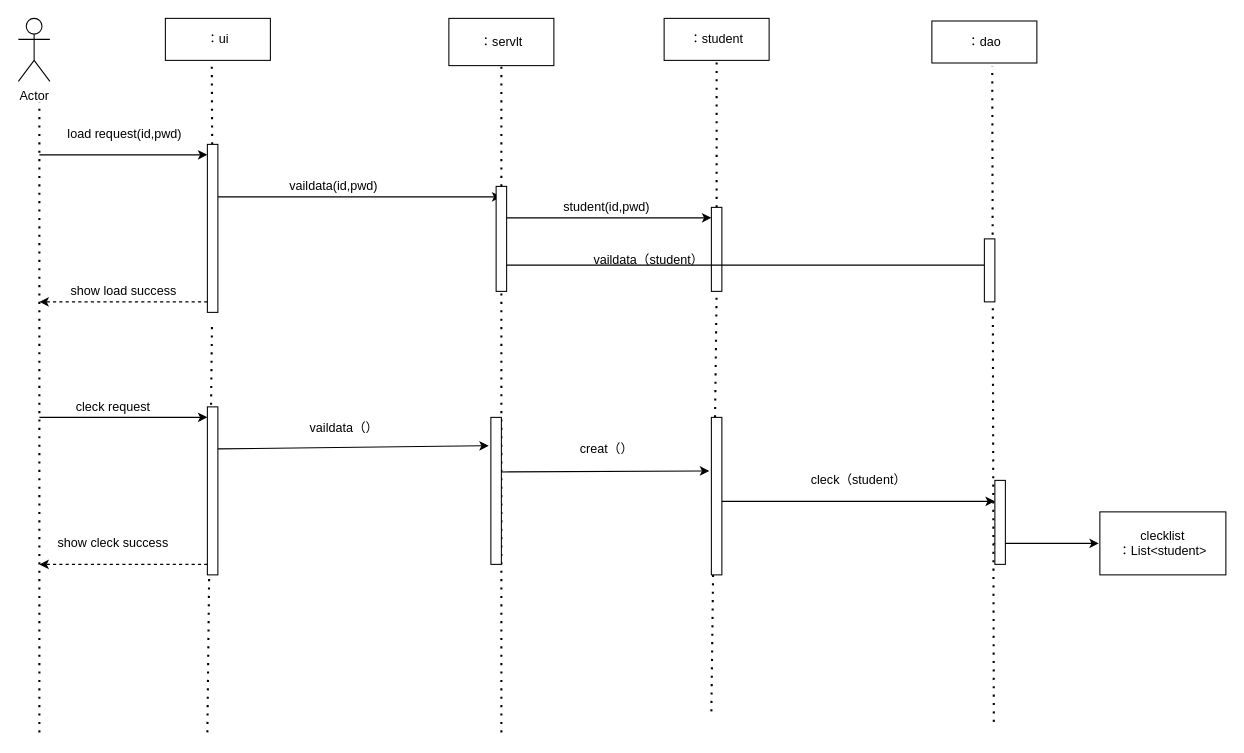
Above: 顺序图.drawio in a26680533/idcardgenerator (draw.io), before the change. Source tidied: cells renumbered, new cells numbered last; positions are measured from the earlier drawing's top-left corner, leaving out a move shared by most shapes. Both pictures are drawn from the tidied source at 105%, with x=0, y=0 at pixel (18, 18).
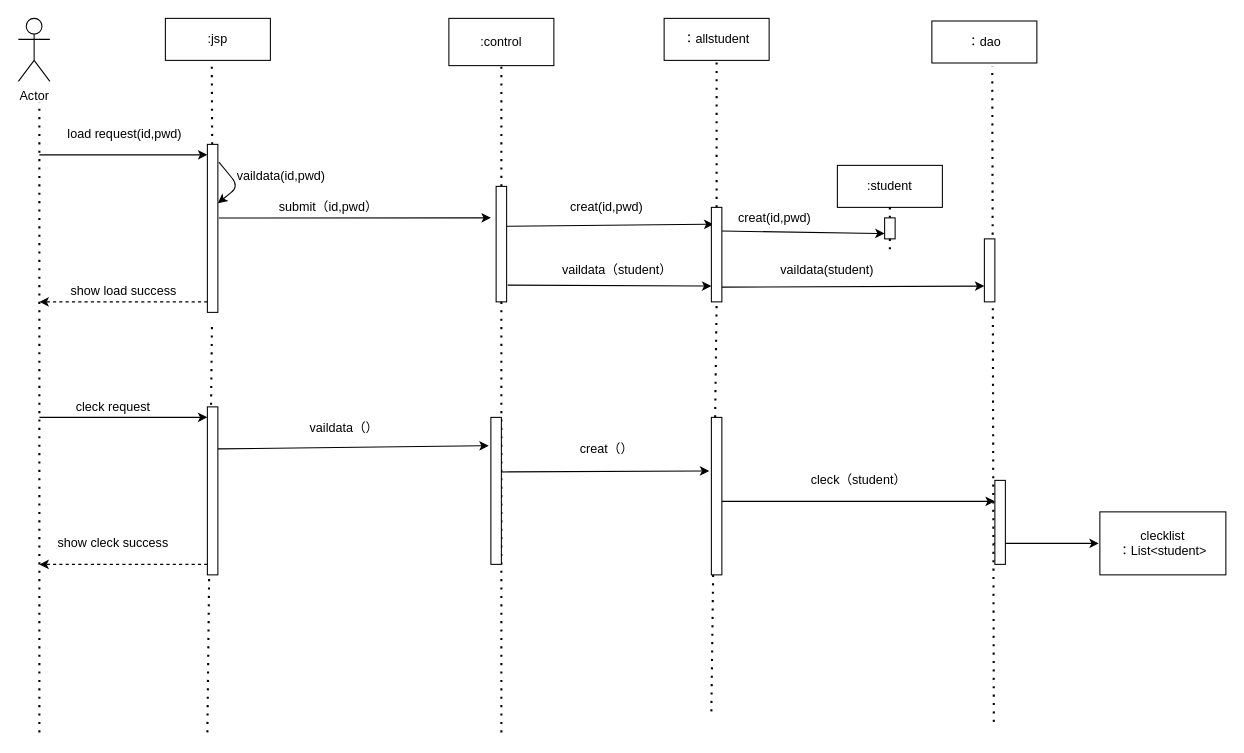
The same diagram, later.

Commit message:
更新顺序图.drawio

The change refers to these unchanged cells:
```xml
<mxCell id="26" style="rounded=0;whiteSpace=wrap;html=1;" parent="1" vertex="1">
  <mxGeometry x="180" y="120" width="10" height="160" as="geometry" />
</mxCell>
<mxCell id="38" style="rounded=0;whiteSpace=wrap;html=1;" parent="1" vertex="1">
  <mxGeometry x="920" y="210" width="10" height="60" as="geometry" />
</mxCell>
```

The edit, as a diff of the source:
```diff
@@
-    <mxCell id="3" value="：ui" style="rounded=0;whiteSpace=wrap;html=1;" parent="1" vertex="1">
+    <mxCell id="3" value=":jsp" style="rounded=0;whiteSpace=wrap;html=1;" parent="1" vertex="1">
       <mxGeometry x="140" width="100" height="40" as="geometry" />
     </mxCell>
-    <mxCell id="4" value="：servlt" style="rounded=0;whiteSpace=wrap;html=1;" parent="1" vertex="1">
+    <mxCell id="4" value=":control" style="rounded=0;whiteSpace=wrap;html=1;" parent="1" vertex="1">
       <mxGeometry x="410" width="100" height="45" as="geometry" />
     </mxCell>
-    <mxCell id="5" value="：student" style="rounded=0;whiteSpace=wrap;html=1;" parent="1" vertex="1">
+    <mxCell id="5" value="：allstudent" style="rounded=0;whiteSpace=wrap;html=1;" parent="1" vertex="1">
       <mxGeometry x="615" width="100" height="40" as="geometry" />
     </mxCell>
@@
-    <mxCell id="14" style="endArrow=classic;html=1;" parent="1" edge="1">
+    <mxCell id="14" style="endArrow=classic;html=1;entryX=1;entryY=0.35;entryDx=0;entryDy=0;entryPerimeter=0;exitX=1.1;exitY=0.106;exitDx=0;exitDy=0;exitPerimeter=0;" parent="1" edge="1" source="26" target="26">
       <mxGeometry relative="1" as="geometry">
-        <mxPoint x="180" y="170" as="sourcePoint" />
-        <mxPoint x="460" y="170" as="targetPoint" />
+        <Array as="points">
+          <mxPoint x="210" y="160" />
+        </Array>
       </mxGeometry>
     </mxCell>
-    <mxCell id="15" style="endArrow=classic;html=1;" parent="1" edge="1">
-      <mxGeometry relative="1" as="geometry">
-        <mxPoint x="460" y="190" as="sourcePoint" />
-        <mxPoint x="660" y="190" as="targetPoint" />
-      </mxGeometry>
+    <mxCell id="15" style="endArrow=classic;html=1;exitX=0.9;exitY=0.345;exitDx=0;exitDy=0;exitPerimeter=0;entryX=0.2;entryY=0.178;entryDx=0;entryDy=0;entryPerimeter=0;" parent="1" edge="1" source="28" target="30">
+      <mxGeometry relative="1" as="geometry" />
     </mxCell>
-    <mxCell id="16" value="student(id,pwd)" style="text;html=1;align=center;verticalAlign=middle;" parent="1" vertex="1">
-      <mxGeometry x="510" y="170" width="100" height="20" as="geometry" />
+    <mxCell id="16" value="creat(id,pwd)" style="text;html=1;align=center;verticalAlign=middle;" parent="1" vertex="1">
+      <mxGeometry x="520" y="170" width="80" height="20" as="geometry" />
     </mxCell>
@@
     <mxCell id="28" style="rounded=0;whiteSpace=wrap;html=1;" parent="1" vertex="1">
-      <mxGeometry x="455" y="160" width="10" height="100" as="geometry" />
+      <mxGeometry x="455" y="160" width="10" height="110" as="geometry" />
     </mxCell>
@@
     <mxCell id="30" style="rounded=0;whiteSpace=wrap;html=1;" parent="1" vertex="1">
-      <mxGeometry x="660" y="180" width="10" height="80" as="geometry" />
+      <mxGeometry x="660" y="180" width="10" height="90" as="geometry" />
     </mxCell>
@@
     <mxCell id="35" value="vaildata(id,pwd)" style="text;html=1;align=center;verticalAlign=middle;" parent="1" vertex="1">
-      <mxGeometry x="250" y="150" width="100" height="20" as="geometry" />
+      <mxGeometry x="200" y="140" width="100" height="20" as="geometry" />
     </mxCell>
-    <mxCell id="36" style="endArrow=classic;html=1;exitX=1;exitY=0.75;exitDx=0;exitDy=0;" parent="1" edge="1" source="28">
-      <mxGeometry relative="1" as="geometry">
-        <mxPoint x="930" y="235" as="targetPoint" />
-      </mxGeometry>
-    </mxCell>
     <mxCell id="37" value="vaildata（student）" style="text;html=1;align=center;verticalAlign=middle;" parent="1" vertex="1">
-      <mxGeometry x="540" y="220" width="120" height="20" as="geometry" />
+      <mxGeometry x="510" y="230" width="120" height="20" as="geometry" />
     </mxCell>
@@
+    <mxCell id="45" style="endArrow=classic;html=1;exitX=1.1;exitY=0.438;exitDx=0;exitDy=0;exitPerimeter=0;" parent="1" edge="1" source="26">
+      <mxGeometry relative="1" as="geometry">
+        <mxPoint x="450" y="190" as="targetPoint" />
+      </mxGeometry>
+    </mxCell>
+    <mxCell id="46" value="submit（id,pwd）" style="text;html=1;align=center;verticalAlign=middle;" parent="1" vertex="1">
+      <mxGeometry x="240" y="170" width="110" height="20" as="geometry" />
+    </mxCell>
+    <mxCell id="47" value=":student" style="rounded=0;whiteSpace=wrap;html=1;" parent="1" vertex="1">
+      <mxGeometry x="780" y="140" width="100" height="40" as="geometry" />
+    </mxCell>
+    <mxCell id="48" style="endArrow=classic;html=1;exitX=1;exitY=0.25;exitDx=0;exitDy=0;entryX=0;entryY=0.75;entryDx=0;entryDy=0;" parent="1" edge="1" source="30" target="51">
+      <mxGeometry relative="1" as="geometry" />
+    </mxCell>
+    <mxCell id="49" value="creat(id,pwd)" style="text;html=1;align=center;verticalAlign=middle;" parent="1" vertex="1">
+      <mxGeometry x="680" y="180" width="80" height="20" as="geometry" />
+    </mxCell>
+    <mxCell id="50" style="endArrow=none;dashed=1;html=1;dashPattern=1 3;strokeWidth=2;entryX=0.5;entryY=1;entryDx=0;entryDy=0;" parent="1" edge="1" source="51" target="47">
+      <mxGeometry relative="1" as="geometry" />
+    </mxCell>
+    <mxCell id="51" style="rounded=0;whiteSpace=wrap;html=1;" parent="1" vertex="1">
+      <mxGeometry x="825" y="190" width="10" height="20" as="geometry" />
+    </mxCell>
+    <mxCell id="52" style="endArrow=none;dashed=1;html=1;dashPattern=1 3;strokeWidth=2;entryX=0.5;entryY=1;entryDx=0;entryDy=0;" parent="1" edge="1" target="51">
+      <mxGeometry relative="1" as="geometry">
+        <mxPoint x="830" y="220" as="sourcePoint" />
+      </mxGeometry>
+    </mxCell>
+    <mxCell id="53" style="endArrow=classic;html=1;exitX=1.1;exitY=0.855;exitDx=0;exitDy=0;exitPerimeter=0;entryX=0;entryY=0.833;entryDx=0;entryDy=0;entryPerimeter=0;" parent="1" edge="1" source="28" target="30">
+      <mxGeometry relative="1" as="geometry" />
+    </mxCell>
+    <mxCell id="54" style="endArrow=classic;html=1;exitX=1;exitY=0.844;exitDx=0;exitDy=0;exitPerimeter=0;entryX=0;entryY=0.75;entryDx=0;entryDy=0;" parent="1" edge="1" source="30" target="38">
+      <mxGeometry relative="1" as="geometry" />
+    </mxCell>
+    <mxCell id="55" value="vaildata(student)" style="text;html=1;align=center;verticalAlign=middle;" parent="1" vertex="1">
+      <mxGeometry x="720" y="230" width="100" height="20" as="geometry" />
+    </mxCell>
```
